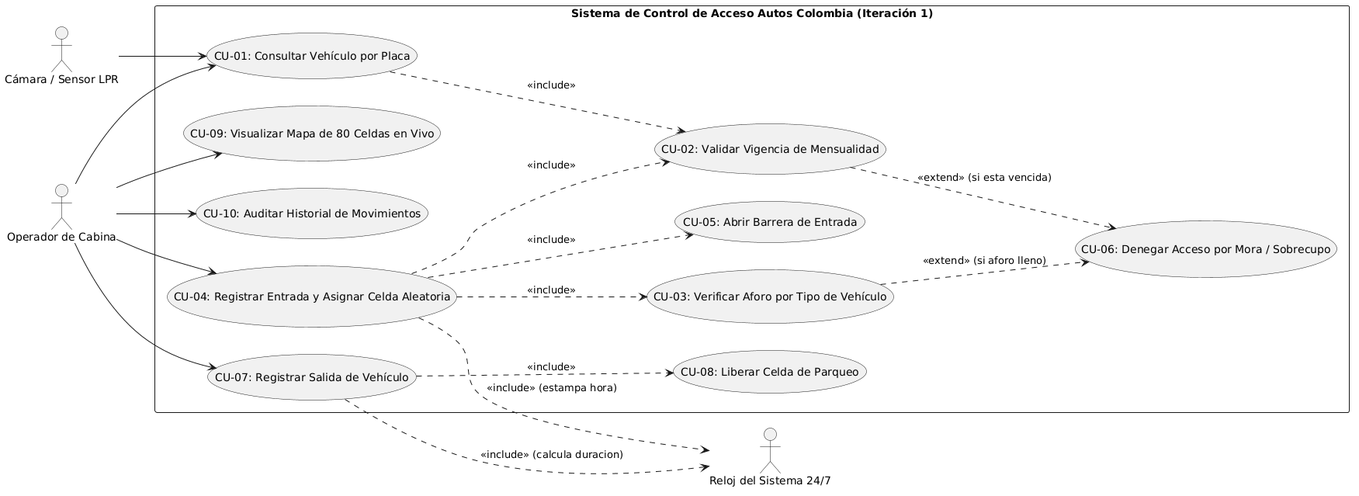
Before: docs/diagramas/2_diagrama_casos_de_uso.png, a diagram exported from PlantUML (Camilo-Alberto-Palacio/autos-colombia-parqueadero).
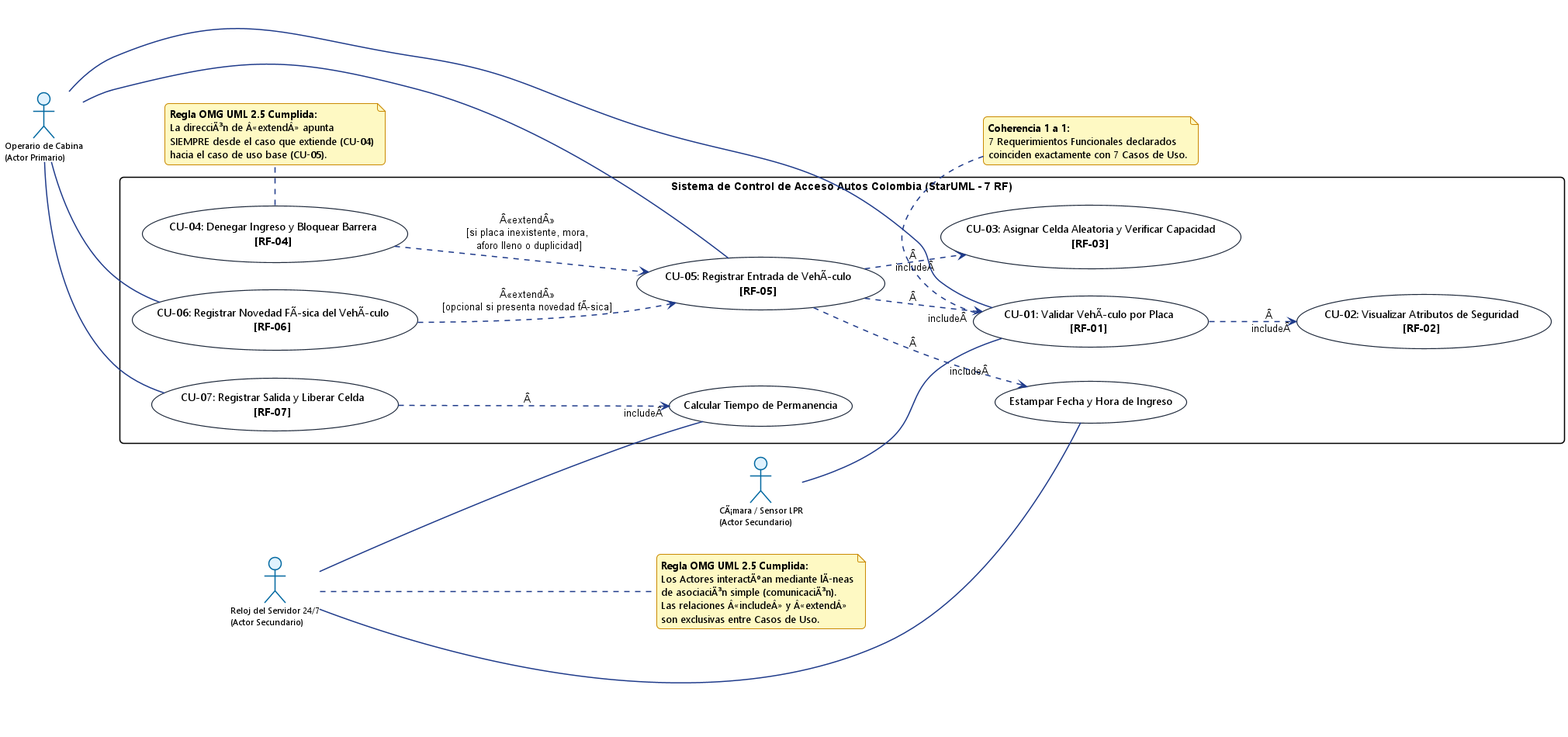
After the change.

The edit, as a diff of the source:
```diff
@@ -1,39 +1,91 @@
-@startuml Diagrama_Casos_Uso_AutosColombia
-left to right direction
+@startuml Diagrama_Casos_de_Uso_7RF_StarUML
+skinparam style strictuml
 skinparam packageStyle rectangle
+skinparam shadowing false
+skinparam roundcorner 10
+skinparam ArrowColor #1e3a8a
+skinparam ArrowThickness 1.5
 
-actor "Operador de Cabina" as Operador
-actor "Cámara / Sensor LPR" as LPR
-actor "Reloj del Sistema 24/7" as Reloj
-
-rectangle "Sistema de Control de Acceso Autos Colombia (Iteración 1)" {
-    usecase "CU-01: Consultar Vehículo por Placa" as CU01
-    usecase "CU-02: Validar Vigencia de Mensualidad" as CU02
-    usecase "CU-03: Verificar Aforo por Tipo de Vehículo" as CU03
-    usecase "CU-04: Registrar Entrada y Asignar Celda Aleatoria" as CU04
-    usecase "CU-05: Abrir Barrera de Entrada" as CU05
-    usecase "CU-06: Denegar Acceso por Mora / Sobrecupo" as CU06
-    usecase "CU-07: Registrar Salida de Vehículo" as CU07
-    usecase "CU-08: Liberar Celda de Parqueo" as CU08
-    usecase "CU-09: Visualizar Mapa de 80 Celdas en Vivo" as CU09
-    usecase "CU-10: Auditar Historial de Movimientos" as CU10
+skinparam actor {
+    BackgroundColor #e0f2fe
+    BorderColor #0369a1
+    FontName "Segoe UI"
+    FontSize 11
 }
 
-Operador --> CU01
-LPR --> CU01
-Operador --> CU04
-Operador --> CU07
-Operador --> CU09
-Operador --> CU10
+skinparam usecase {
+    BackgroundColor #ffffff
+    BorderColor #1e293b
+    FontName "Segoe UI"
+    FontSize 10.5
+    BorderThickness 1.2
+}
 
-CU01 ..> CU02 : <<include>>
-CU04 ..> CU02 : <<include>>
-CU04 ..> CU03 : <<include>>
-CU04 ..> CU05 : <<include>>
-CU02 ..> CU06 : <<extend>> (si esta vencida)
-CU03 ..> CU06 : <<extend>> (si aforo lleno)
+skinparam note {
+    BackgroundColor #fef9c3
+    BorderColor #ca8a04
+    FontName "Segoe UI"
+    FontSize 9.5
+}
 
-CU07 ..> CU08 : <<include>>
-CU04 ..> Reloj : <<include>> (estampa hora)
-CU07 ..> Reloj : <<include>> (calcula duracion)
+left to right direction
+
+actor "Operario de Cabina\n(Actor Primario)" as Operario
+actor "CÃ¡mara / Sensor LPR\n(Actor Secundario)" as LPR
+actor "Reloj del Servidor 24/7\n(Actor Secundario)" as Reloj
+
+rectangle "Sistema de Control de Acceso Autos Colombia (StarUML - 7 RF)" as Sistema {
+
+    usecase "CU-01: Validar VehÃ­culo por Placa\n<b>[RF-01]</b>" as CU01
+    usecase "CU-02: Visualizar Atributos de Seguridad\n<b>[RF-02]</b>" as CU02
+    usecase "CU-03: Asignar Celda Aleatoria y Verificar Capacidad\n<b>[RF-03]</b>" as CU03
+    usecase "CU-04: Denegar Ingreso y Bloquear Barrera\n<b>[RF-04]</b>" as CU04
+    usecase "CU-05: Registrar Entrada de VehÃ­culo\n<b>[RF-05]</b>" as CU05
+    usecase "CU-06: Registrar Novedad FÃ­sica del VehÃ­culo\n<b>[RF-06]</b>" as CU06
+    usecase "CU-07: Registrar Salida y Liberar Celda\n<b>[RF-07]</b>" as CU07
+
+    usecase "Estampar Fecha y Hora de Ingreso" as Sub_Timestamp
+    usecase "Calcular Tiempo de Permanencia" as Sub_Permanencia
+
+    CU05 ..> CU01 : Â«includeÂ»
+    CU05 ..> CU03 : Â«includeÂ»
+    CU05 ..> Sub_Timestamp : Â«includeÂ»
+    CU01 ..> CU02 : Â«includeÂ»
+    CU07 ..> Sub_Permanencia : Â«includeÂ»
+
+    CU04 ..> CU05 : Â«extendÂ»\n[si placa inexistente, mora,\n aforo lleno o duplicidad]
+    CU06 ..> CU05 : Â«extendÂ»\n[opcional si presenta novedad fÃ­sica]
+}
+
+Operario -- CU01
+Operario -- CU05
+Operario -- CU06
+Operario -- CU07
+
+LPR -- CU01
+
+Reloj -- Sub_Timestamp
+Reloj -- Sub_Permanencia
+
+note right of Reloj
+  <b>Regla OMG UML 2.5 Cumplida:</b>
+  Los Actores interactÃºan mediante lÃ­neas
+  de asociaciÃ³n simple (comunicaciÃ³n).
+  Las relaciones Â«includeÂ» y Â«extendÂ»
+  son exclusivas entre Casos de Uso.
+end note
+
+note bottom of CU04
+  <b>Regla OMG UML 2.5 Cumplida:</b>
+  La direcciÃ³n de Â«extendÂ» apunta
+  SIEMPRE desde el caso que extiende (CU-04)
+  hacia el caso de uso base (CU-05).
+end note
+
+note top of CU01
+  <b>Coherencia 1 a 1:</b>
+  7 Requerimientos Funcionales declarados
+  coinciden exactamente con 7 Casos de Uso.
+end note
+
 @enduml
```
